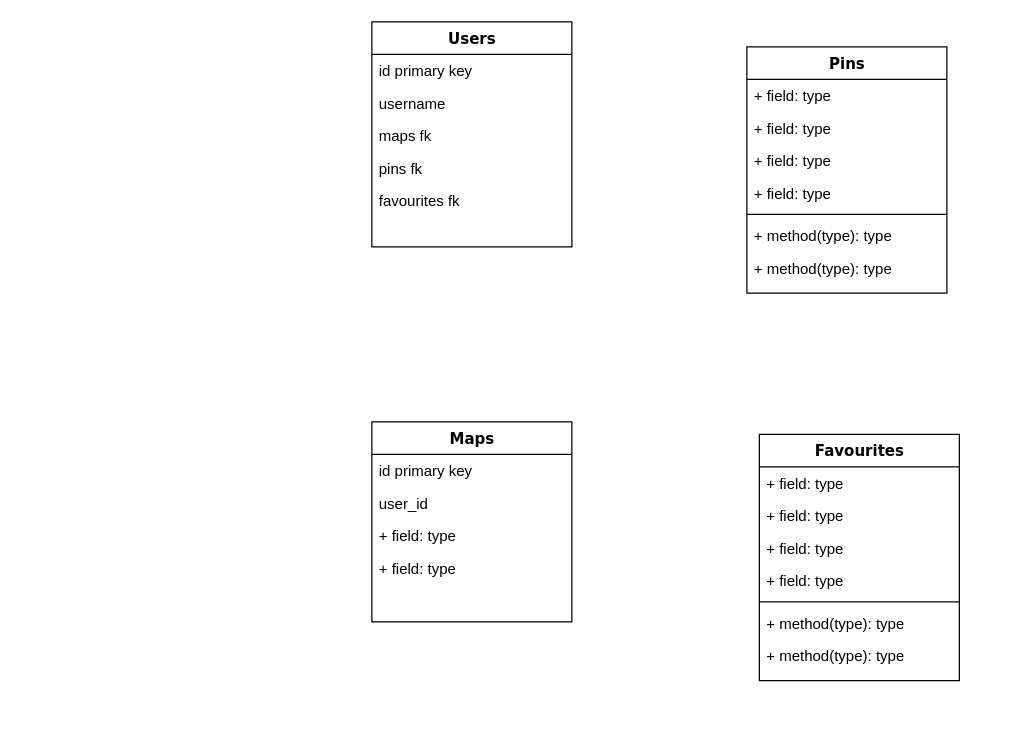
This is planning/mid term map.drawio from charleenmperrier/bigfoot-wiki-map, a draw.io file, before an edit. Source tidied: cells renumbered, new cells numbered last; positions are measured from the earlier drawing's top-left corner, leaving out a move shared by most shapes. Both pictures are drawn from the tidied source at 125%, with x=0, y=0 at pixel (371, 21).
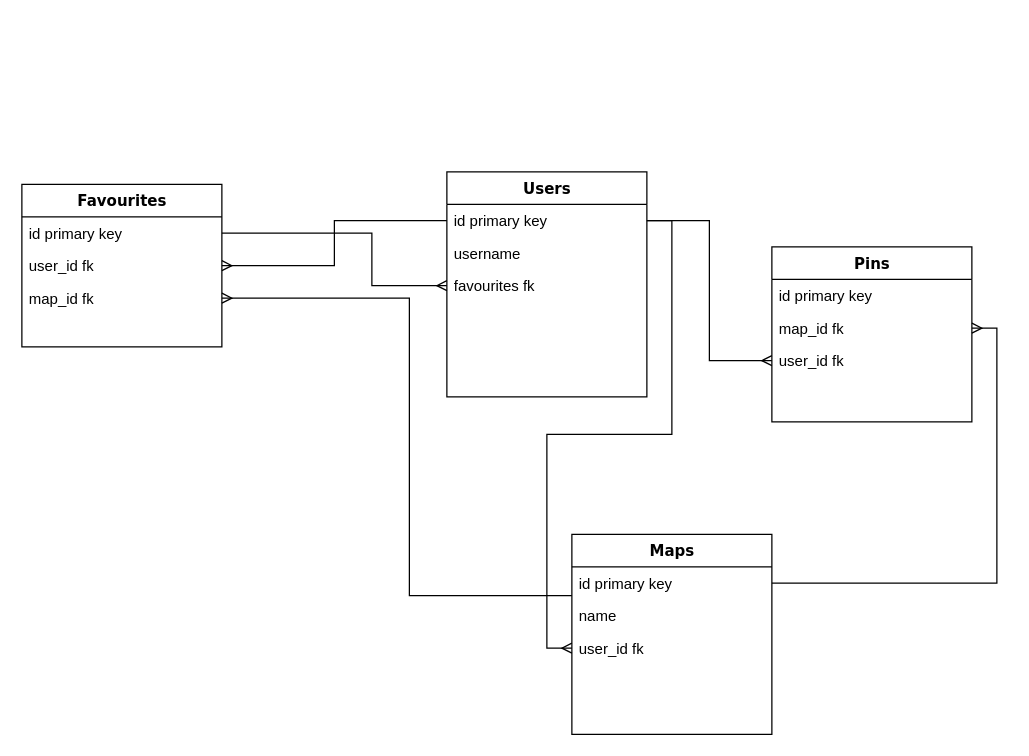
The same diagram, later.

Unchanged cells that the change refers to:
```xml
<mxCell id="3" value="id primary key" style="text;html=1;strokeColor=none;fillColor=none;align=left;verticalAlign=top;spacingLeft=4;spacingRight=4;whiteSpace=wrap;overflow=hidden;points=[[0,0.5],[1,0.5]];portConstraint=eastwest;" parent="2" vertex="1">
  <mxGeometry y="26" width="160" height="26" as="geometry" />
</mxCell>
<mxCell id="17" value="id primary key" style="text;html=1;strokeColor=none;fillColor=none;align=left;verticalAlign=top;spacingLeft=4;spacingRight=4;whiteSpace=wrap;overflow=hidden;points=[[0,0.5],[1,0.5]];portConstraint=eastwest;" parent="16" vertex="1">
  <mxGeometry y="26" width="160" height="26" as="geometry" />
</mxCell>
```

Diff of the diagram source:
```diff
@@
     <mxCell id="2" value="Users" style="swimlane;html=1;fontStyle=1;align=center;verticalAlign=top;horizontal=1;startSize=26;swimlaneFillColor=#ffffff;rounded=0;shadow=0;comic=0;labelBackgroundColor=none;strokeWidth=1;fillColor=none;fontFamily=Verdana;fontSize=12;" parent="1" vertex="1">
-      <mxGeometry width="160" height="180" as="geometry" />
+      <mxGeometry x="60" y="120" width="160" height="180" as="geometry" />
     </mxCell>
@@
-    <mxCell id="5" value="maps fk" style="text;html=1;strokeColor=none;fillColor=none;align=left;verticalAlign=top;spacingLeft=4;spacingRight=4;whiteSpace=wrap;overflow=hidden;" parent="2" vertex="1">
-      <mxGeometry y="78" width="160" height="26" as="geometry" />
-    </mxCell>
-    <mxCell id="6" value="pins fk" style="text;html=1;strokeColor=none;fillColor=none;align=left;verticalAlign=top;spacingLeft=4;spacingRight=4;whiteSpace=wrap;overflow=hidden;" parent="2" vertex="1">
-      <mxGeometry y="104" width="160" height="26" as="geometry" />
-    </mxCell>
     <mxCell id="7" value="favourites fk" style="text;html=1;strokeColor=none;fillColor=none;align=left;verticalAlign=top;spacingLeft=4;spacingRight=4;whiteSpace=wrap;overflow=hidden;points=[[0,0.5],[1,0.5]];portConstraint=eastwest;" parent="2" vertex="1">
-      <mxGeometry y="130" width="160" height="26" as="geometry" />
+      <mxGeometry y="78" width="160" height="26" as="geometry" />
     </mxCell>
     <mxCell id="8" value="Pins" style="swimlane;html=1;fontStyle=1;align=center;verticalAlign=top;horizontal=1;startSize=26;swimlaneFillColor=#ffffff;rounded=0;shadow=0;comic=0;labelBackgroundColor=none;strokeWidth=1;fillColor=none;fontFamily=Verdana;fontSize=12;" parent="1" vertex="1">
-      <mxGeometry x="300" y="20" width="160" height="197" as="geometry" />
+      <mxGeometry x="320" y="180" width="160" height="140" as="geometry" />
     </mxCell>
-    <mxCell id="9" value="+ field: type" style="text;html=1;strokeColor=none;fillColor=none;align=left;verticalAlign=top;spacingLeft=4;spacingRight=4;whiteSpace=wrap;overflow=hidden;" parent="8" vertex="1">
+    <mxCell id="9" value="id primary key" style="text;html=1;strokeColor=none;fillColor=none;align=left;verticalAlign=top;spacingLeft=4;spacingRight=4;whiteSpace=wrap;overflow=hidden;" parent="8" vertex="1">
       <mxGeometry y="26" width="160" height="26" as="geometry" />
     </mxCell>
-    <mxCell id="10" value="+ field: type" style="text;html=1;strokeColor=none;fillColor=none;align=left;verticalAlign=top;spacingLeft=4;spacingRight=4;whiteSpace=wrap;overflow=hidden;points=[[0,0.5],[1,0.5]];portConstraint=eastwest;" parent="8" vertex="1">
+    <mxCell id="10" value="map_id fk" style="text;html=1;strokeColor=none;fillColor=none;align=left;verticalAlign=top;spacingLeft=4;spacingRight=4;whiteSpace=wrap;overflow=hidden;points=[[0,0.5],[1,0.5]];portConstraint=eastwest;" parent="8" vertex="1">
       <mxGeometry y="52" width="160" height="26" as="geometry" />
     </mxCell>
-    <mxCell id="11" value="+ field: type" style="text;html=1;strokeColor=none;fillColor=none;align=left;verticalAlign=top;spacingLeft=4;spacingRight=4;whiteSpace=wrap;overflow=hidden;points=[[0,0.5],[1,0.5]];portConstraint=eastwest;" parent="8" vertex="1">
+    <mxCell id="11" value="user_id fk" style="text;html=1;strokeColor=none;fillColor=none;align=left;verticalAlign=top;spacingLeft=4;spacingRight=4;whiteSpace=wrap;overflow=hidden;points=[[0,0.5],[1,0.5]];portConstraint=eastwest;" parent="8" vertex="1">
       <mxGeometry y="78" width="160" height="26" as="geometry" />
     </mxCell>
-    <mxCell id="12" value="+ field: type" style="text;html=1;strokeColor=none;fillColor=none;align=left;verticalAlign=top;spacingLeft=4;spacingRight=4;whiteSpace=wrap;overflow=hidden;" parent="8" vertex="1">
-      <mxGeometry y="104" width="160" height="26" as="geometry" />
-    </mxCell>
-    <mxCell id="13" style="line;html=1;strokeWidth=1;fillColor=none;align=left;verticalAlign=middle;spacingTop=-1;spacingLeft=3;spacingRight=3;labelPosition=right;" parent="8" vertex="1">
-      <mxGeometry y="130" width="160" height="8" as="geometry" />
-    </mxCell>
-    <mxCell id="14" value="+ method(type): type" style="text;html=1;strokeColor=none;fillColor=none;align=left;verticalAlign=top;spacingLeft=4;spacingRight=4;whiteSpace=wrap;overflow=hidden;" parent="8" vertex="1">
-      <mxGeometry y="138" width="160" height="26" as="geometry" />
-    </mxCell>
-    <mxCell id="15" value="+ method(type): type" style="text;html=1;strokeColor=none;fillColor=none;align=left;verticalAlign=top;spacingLeft=4;spacingRight=4;whiteSpace=wrap;overflow=hidden;" parent="8" vertex="1">
-      <mxGeometry y="164" width="160" height="26" as="geometry" />
-    </mxCell>
     <mxCell id="16" value="Maps" style="swimlane;html=1;fontStyle=1;align=center;verticalAlign=top;horizontal=1;startSize=26;swimlaneFillColor=#ffffff;rounded=0;shadow=0;comic=0;labelBackgroundColor=none;strokeWidth=1;fillColor=none;fontFamily=Verdana;fontSize=12;" parent="1" vertex="1">
-      <mxGeometry y="320" width="160" height="160" as="geometry" />
+      <mxGeometry x="160" y="410" width="160" height="160" as="geometry" />
     </mxCell>
@@
+    <mxCell id="19" value="name" style="text;html=1;strokeColor=none;fillColor=none;align=left;verticalAlign=top;spacingLeft=4;spacingRight=4;whiteSpace=wrap;overflow=hidden;" parent="16" vertex="1">
+      <mxGeometry y="52" width="160" height="26" as="geometry" />
+    </mxCell>
-    <mxCell id="18" value="user_id" style="text;html=1;strokeColor=none;fillColor=none;align=left;verticalAlign=top;spacingLeft=4;spacingRight=4;whiteSpace=wrap;overflow=hidden;points=[[0,0.5],[1,0.5]];portConstraint=eastwest;" parent="16" vertex="1">
-      <mxGeometry y="52" width="160" height="26" as="geometry" />
+    <mxCell id="18" value="user_id fk" style="text;html=1;strokeColor=none;fillColor=none;align=left;verticalAlign=top;spacingLeft=4;spacingRight=4;whiteSpace=wrap;overflow=hidden;points=[[0,0.5],[1,0.5]];portConstraint=eastwest;" parent="16" vertex="1">
+      <mxGeometry y="78" width="160" height="26" as="geometry" />
     </mxCell>
-    <mxCell id="19" value="+ field: type" style="text;html=1;strokeColor=none;fillColor=none;align=left;verticalAlign=top;spacingLeft=4;spacingRight=4;whiteSpace=wrap;overflow=hidden;" parent="16" vertex="1">
-      <mxGeometry y="78" width="160" height="26" as="geometry" />
-    </mxCell>
-    <mxCell id="20" value="+ field: type" style="text;html=1;strokeColor=none;fillColor=none;align=left;verticalAlign=top;spacingLeft=4;spacingRight=4;whiteSpace=wrap;overflow=hidden;" parent="16" vertex="1">
-      <mxGeometry y="104" width="160" height="26" as="geometry" />
-    </mxCell>
     <mxCell id="21" value="Favourites" style="swimlane;html=1;fontStyle=1;align=center;verticalAlign=top;horizontal=1;startSize=26;swimlaneFillColor=#ffffff;rounded=0;shadow=0;comic=0;labelBackgroundColor=none;strokeWidth=1;fillColor=none;fontFamily=Verdana;fontSize=12;" parent="1" vertex="1">
-      <mxGeometry x="310" y="330" width="160" height="197" as="geometry" />
+      <mxGeometry x="-280" y="130" width="160" height="130" as="geometry" />
     </mxCell>
-    <mxCell id="22" value="+ field: type" style="text;html=1;strokeColor=none;fillColor=none;align=left;verticalAlign=top;spacingLeft=4;spacingRight=4;whiteSpace=wrap;overflow=hidden;points=[[0,0.5],[1,0.5]];portConstraint=eastwest;" parent="21" vertex="1">
+    <mxCell id="22" value="id primary key" style="text;html=1;strokeColor=none;fillColor=none;align=left;verticalAlign=top;spacingLeft=4;spacingRight=4;whiteSpace=wrap;overflow=hidden;points=[[0,0.5],[1,0.5]];portConstraint=eastwest;" parent="21" vertex="1">
       <mxGeometry y="26" width="160" height="26" as="geometry" />
     </mxCell>
-    <mxCell id="23" value="+ field: type" style="text;html=1;strokeColor=none;fillColor=none;align=left;verticalAlign=top;spacingLeft=4;spacingRight=4;whiteSpace=wrap;overflow=hidden;" parent="21" vertex="1">
+    <mxCell id="23" value="user_id fk" style="text;html=1;strokeColor=none;fillColor=none;align=left;verticalAlign=top;spacingLeft=4;spacingRight=4;whiteSpace=wrap;overflow=hidden;" parent="21" vertex="1">
       <mxGeometry y="52" width="160" height="26" as="geometry" />
     </mxCell>
-    <mxCell id="24" value="+ field: type" style="text;html=1;strokeColor=none;fillColor=none;align=left;verticalAlign=top;spacingLeft=4;spacingRight=4;whiteSpace=wrap;overflow=hidden;points=[[0,0.5],[1,0.5]];portConstraint=eastwest;" parent="21" vertex="1">
+    <mxCell id="24" value="map_id fk" style="text;html=1;strokeColor=none;fillColor=none;align=left;verticalAlign=top;spacingLeft=4;spacingRight=4;whiteSpace=wrap;overflow=hidden;points=[[0,0.5],[1,0.5]];portConstraint=eastwest;" parent="21" vertex="1">
       <mxGeometry y="78" width="160" height="26" as="geometry" />
     </mxCell>
-    <mxCell id="25" value="+ field: type" style="text;html=1;strokeColor=none;fillColor=none;align=left;verticalAlign=top;spacingLeft=4;spacingRight=4;whiteSpace=wrap;overflow=hidden;" parent="21" vertex="1">
-      <mxGeometry y="104" width="160" height="26" as="geometry" />
-    </mxCell>
-    <mxCell id="26" style="line;html=1;strokeWidth=1;fillColor=none;align=left;verticalAlign=middle;spacingTop=-1;spacingLeft=3;spacingRight=3;labelPosition=right;" parent="21" vertex="1">
-      <mxGeometry y="130" width="160" height="8" as="geometry" />
-    </mxCell>
-    <mxCell id="27" value="+ method(type): type" style="text;html=1;strokeColor=none;fillColor=none;align=left;verticalAlign=top;spacingLeft=4;spacingRight=4;whiteSpace=wrap;overflow=hidden;" parent="21" vertex="1">
-      <mxGeometry y="138" width="160" height="26" as="geometry" />
-    </mxCell>
-    <mxCell id="28" value="+ method(type): type" style="text;html=1;strokeColor=none;fillColor=none;align=left;verticalAlign=top;spacingLeft=4;spacingRight=4;whiteSpace=wrap;overflow=hidden;" parent="21" vertex="1">
-      <mxGeometry y="164" width="160" height="26" as="geometry" />
-    </mxCell>
+    <mxCell id="29" style="edgeStyle=orthogonalEdgeStyle;rounded=0;jettySize=auto;html=1;entryX=0;entryY=0.5;entryDx=0;entryDy=0;endArrow=ERmany;endFill=0;" parent="1" edge="1" source="3" target="11">
+      <mxGeometry relative="1" as="geometry" />
+    </mxCell>
+    <mxCell id="30" style="edgeStyle=orthogonalEdgeStyle;rounded=0;jettySize=auto;html=1;entryX=1;entryY=0.5;entryDx=0;entryDy=0;endArrow=ERmany;endFill=0;" parent="1" edge="1" source="17" target="10">
+      <mxGeometry relative="1" as="geometry" />
+    </mxCell>
+    <mxCell id="31" style="edgeStyle=orthogonalEdgeStyle;rounded=0;jettySize=auto;html=1;entryX=1;entryY=0.5;entryDx=0;entryDy=0;endArrow=ERmany;endFill=0;" parent="1" edge="1" source="3" target="21">
+      <mxGeometry relative="1" as="geometry" />
+    </mxCell>
+    <mxCell id="32" style="edgeStyle=orthogonalEdgeStyle;rounded=0;jettySize=auto;html=1;entryX=1;entryY=0.5;entryDx=0;entryDy=0;endArrow=ERmany;endFill=0;" parent="1" edge="1" source="17" target="24">
+      <mxGeometry relative="1" as="geometry">
+        <Array as="points">
+          <mxPoint x="30" y="459" />
+          <mxPoint x="30" y="221" />
+        </Array>
+      </mxGeometry>
+    </mxCell>
+    <mxCell id="33" style="edgeStyle=orthogonalEdgeStyle;rounded=0;jettySize=auto;html=1;entryX=0;entryY=0.5;entryDx=0;entryDy=0;endArrow=ERmany;endFill=0;" parent="1" edge="1" source="3" target="18">
+      <mxGeometry relative="1" as="geometry" />
+    </mxCell>
+    <mxCell id="34" style="edgeStyle=orthogonalEdgeStyle;rounded=0;jettySize=auto;html=1;endArrow=ERmany;endFill=0;" parent="1" edge="1" source="22" target="7">
+      <mxGeometry relative="1" as="geometry">
+        <Array as="points">
+          <mxPoint y="169" />
+          <mxPoint y="211" />
+        </Array>
+      </mxGeometry>
+    </mxCell>
```
